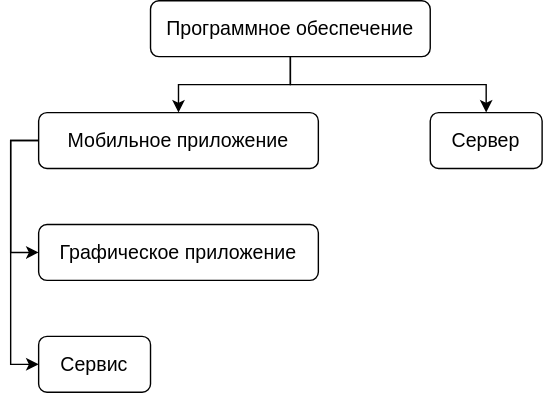
Earlier version of the draw.io export Структура ПО.drawio.svg (ShiryaevNikolay/diagrams). Source tidied: cells renumbered, new cells last; positions are measured from the earlier drawing's top-left corner, leaving out a move shared by most shapes.
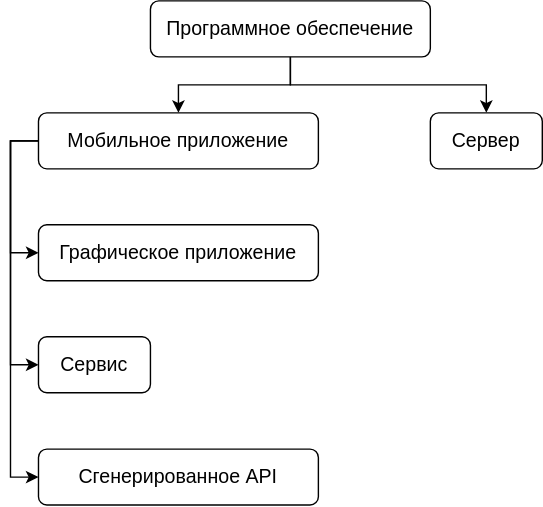
After the commit.

The edit, as a diff of the source:
```diff
@@ -17,6 +17,9 @@
     <mxCell id="6" style="edgeStyle=orthogonalEdgeStyle;rounded=0;jettySize=auto;html=1;entryX=0;entryY=0.5;entryDx=0;entryDy=0;fontSize=14;exitX=0;exitY=0.5;exitDx=0;exitDy=0;" parent="1" edge="1" source="7" target="10">
       <mxGeometry relative="1" as="geometry" />
     </mxCell>
+    <mxCell id="11" style="edgeStyle=orthogonalEdgeStyle;rounded=0;jettySize=auto;html=1;entryX=0;entryY=0.5;entryDx=0;entryDy=0;fontSize=14;exitX=0;exitY=0.5;exitDx=0;exitDy=0;" parent="1" edge="1" source="7" target="12">
+      <mxGeometry relative="1" as="geometry" />
+    </mxCell>
     <mxCell id="7" value="&lt;font style=&quot;font-size: 14px;&quot;&gt;Мобильное приложение&lt;/font&gt;" style="rounded=1;whiteSpace=wrap;html=1;" parent="1" vertex="1">
       <mxGeometry y="80" width="200" height="40" as="geometry" />
     </mxCell>
@@ -29,5 +32,8 @@
     <mxCell id="10" value="&lt;font style=&quot;font-size: 14px;&quot;&gt;Сервис&lt;/font&gt;" style="rounded=1;whiteSpace=wrap;html=1;" parent="1" vertex="1">
       <mxGeometry y="240" width="80" height="40" as="geometry" />
     </mxCell>
+    <mxCell id="12" value="&lt;font style=&quot;font-size: 14px;&quot;&gt;Сгенерированное API&lt;/font&gt;" style="rounded=1;whiteSpace=wrap;html=1;" parent="1" vertex="1">
+      <mxGeometry y="320.2" width="200" height="40" as="geometry" />
+    </mxCell>
   </root>
 </mxGraphModel>
```
